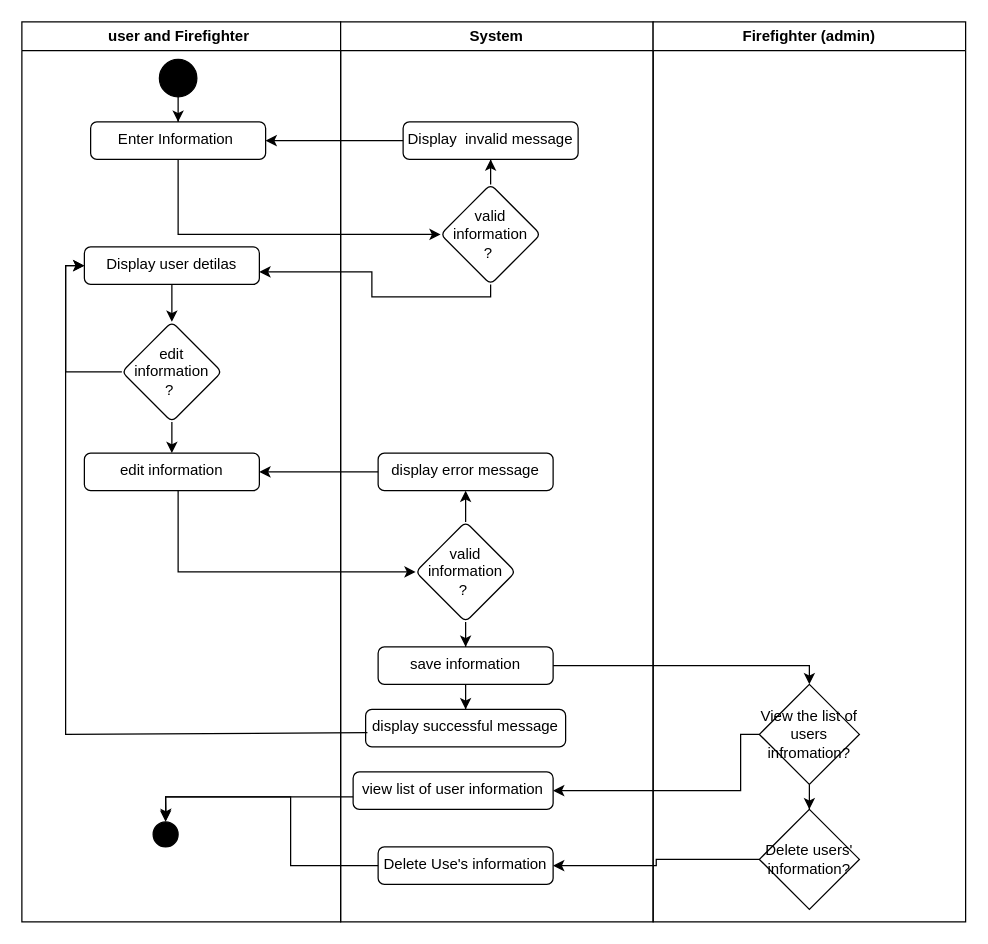
This is page "profile AD" (5 of 11) of doc/PSM.drawio from SNFASA/AI-Fire-Monitoring-System, a draw.io file, before an edit. Source tidied: cells renumbered, new cells numbered last; positions are measured from the earlier drawing's top-left corner, leaving out a move shared by most shapes. Both pictures are drawn from the tidied source at 125%, with x=0, y=0 at pixel (21, 21).
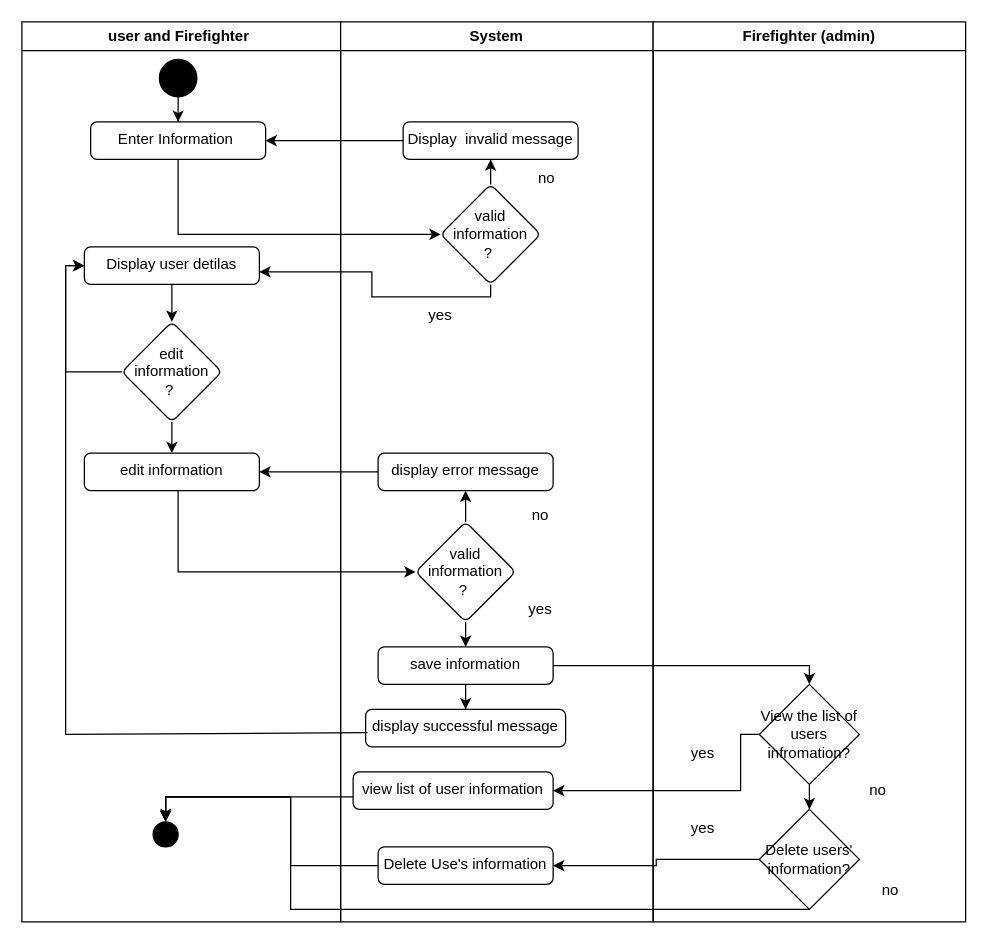
The same page after the edit.

Unchanged cells that the change refers to:
```xml
<mxCell id="13" style="ellipse;fillColor=strokeColor;html=1;" parent="2" vertex="1">
  <mxGeometry x="105" y="640" width="20" height="20" as="geometry" />
</mxCell>
<mxCell id="14" value="System" style="swimlane;whiteSpace=wrap;html=1;" parent="1" vertex="1">
  <mxGeometry x="255" width="250" height="720" as="geometry" />
</mxCell>
<mxCell id="29" value="Firefighter (admin)" style="swimlane;whiteSpace=wrap;html=1;" parent="1" vertex="1">
  <mxGeometry x="505" width="250" height="720" as="geometry" />
</mxCell>
<mxCell id="32" value="Delete users' information?" style="rhombus;whiteSpace=wrap;html=1;" parent="29" vertex="1">
  <mxGeometry x="85" y="630" width="80" height="80" as="geometry" />
</mxCell>
```

The edit, as a diff of the source:
```diff
@@
+    <mxCell id="44" value="yes" style="text;html=1;whiteSpace=wrap;strokeColor=none;fillColor=none;align=center;verticalAlign=middle;rounded=0;" parent="14" vertex="1">
+      <mxGeometry x="50" y="220" width="60" height="30" as="geometry" />
+    </mxCell>
+    <mxCell id="45" value="yes" style="text;html=1;whiteSpace=wrap;strokeColor=none;fillColor=none;align=center;verticalAlign=middle;rounded=0;" parent="14" vertex="1">
+      <mxGeometry x="130" y="455" width="60" height="30" as="geometry" />
+    </mxCell>
+    <mxCell id="46" value="no" style="text;html=1;whiteSpace=wrap;strokeColor=none;fillColor=none;align=center;verticalAlign=middle;rounded=0;" parent="14" vertex="1">
+      <mxGeometry x="130" y="380" width="60" height="30" as="geometry" />
+    </mxCell>
+    <mxCell id="47" value="no" style="text;html=1;whiteSpace=wrap;strokeColor=none;fillColor=none;align=center;verticalAlign=middle;rounded=0;" parent="14" vertex="1">
+      <mxGeometry x="135" y="110" width="60" height="30" as="geometry" />
+    </mxCell>
@@
+    <mxCell id="48" value="yes" style="text;html=1;whiteSpace=wrap;strokeColor=none;fillColor=none;align=center;verticalAlign=middle;rounded=0;" parent="29" vertex="1">
+      <mxGeometry x="10" y="570" width="60" height="30" as="geometry" />
+    </mxCell>
+    <mxCell id="49" value="yes" style="text;html=1;whiteSpace=wrap;strokeColor=none;fillColor=none;align=center;verticalAlign=middle;rounded=0;" parent="29" vertex="1">
+      <mxGeometry x="10" y="630" width="60" height="30" as="geometry" />
+    </mxCell>
+    <mxCell id="50" value="no" style="text;html=1;whiteSpace=wrap;strokeColor=none;fillColor=none;align=center;verticalAlign=middle;rounded=0;" parent="29" vertex="1">
+      <mxGeometry x="150" y="600" width="60" height="30" as="geometry" />
+    </mxCell>
+    <mxCell id="51" value="no" style="text;html=1;whiteSpace=wrap;strokeColor=none;fillColor=none;align=center;verticalAlign=middle;rounded=0;" parent="29" vertex="1">
+      <mxGeometry x="160" y="680" width="60" height="30" as="geometry" />
+    </mxCell>
@@
+    <mxCell id="52" style="endArrow=classic;html=1;rounded=0;exitX=0.5;exitY=1;exitDx=0;exitDy=0;entryX=0.5;entryY=0;entryDx=0;entryDy=0;" parent="1" edge="1" source="32" target="13">
+      <mxGeometry relative="1" as="geometry">
+        <Array as="points">
+          <mxPoint x="215" y="710" />
+          <mxPoint x="215" y="620" />
+          <mxPoint x="115" y="620" />
+        </Array>
+      </mxGeometry>
+    </mxCell>
```
